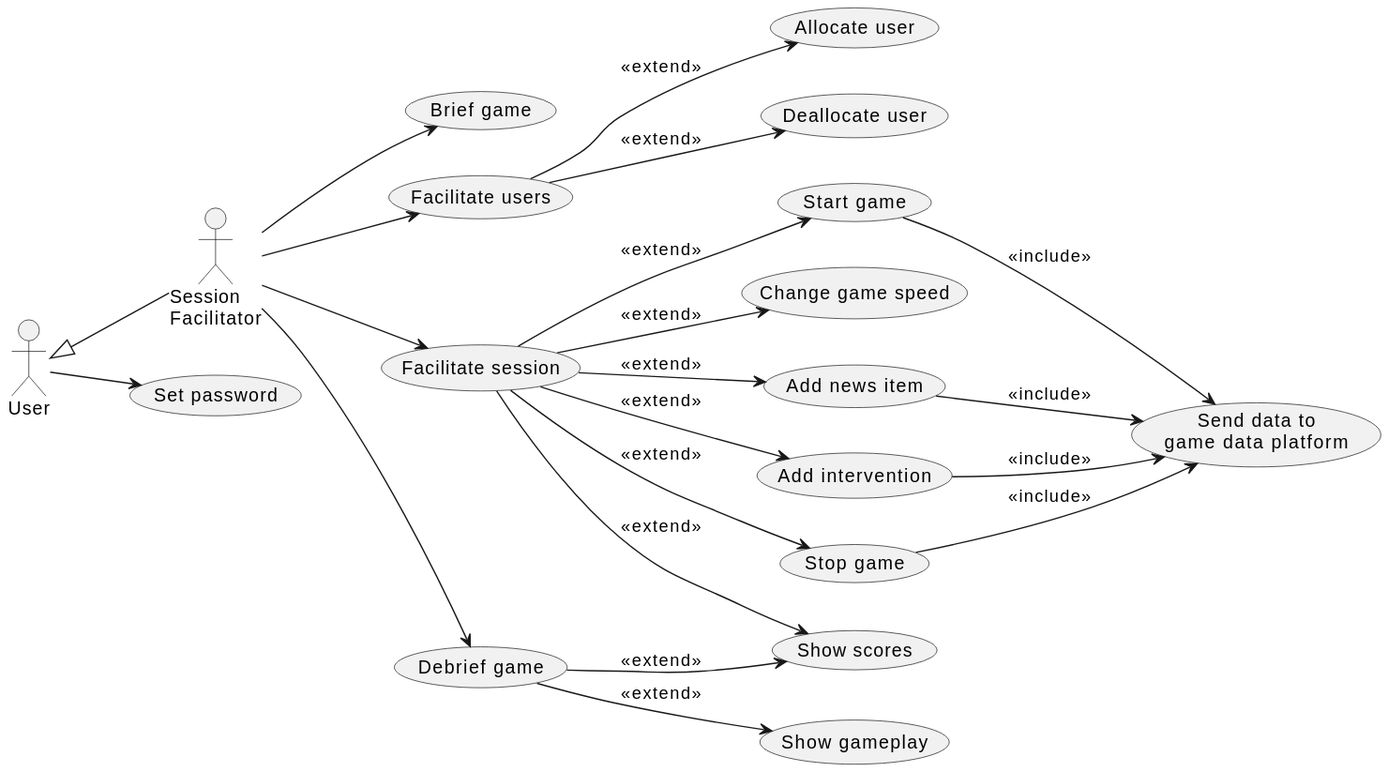
Earlier version of the PlantUML export doc/1-use-cases/diagrams/session-facilitation.svg (averbraeck/gscg-design).
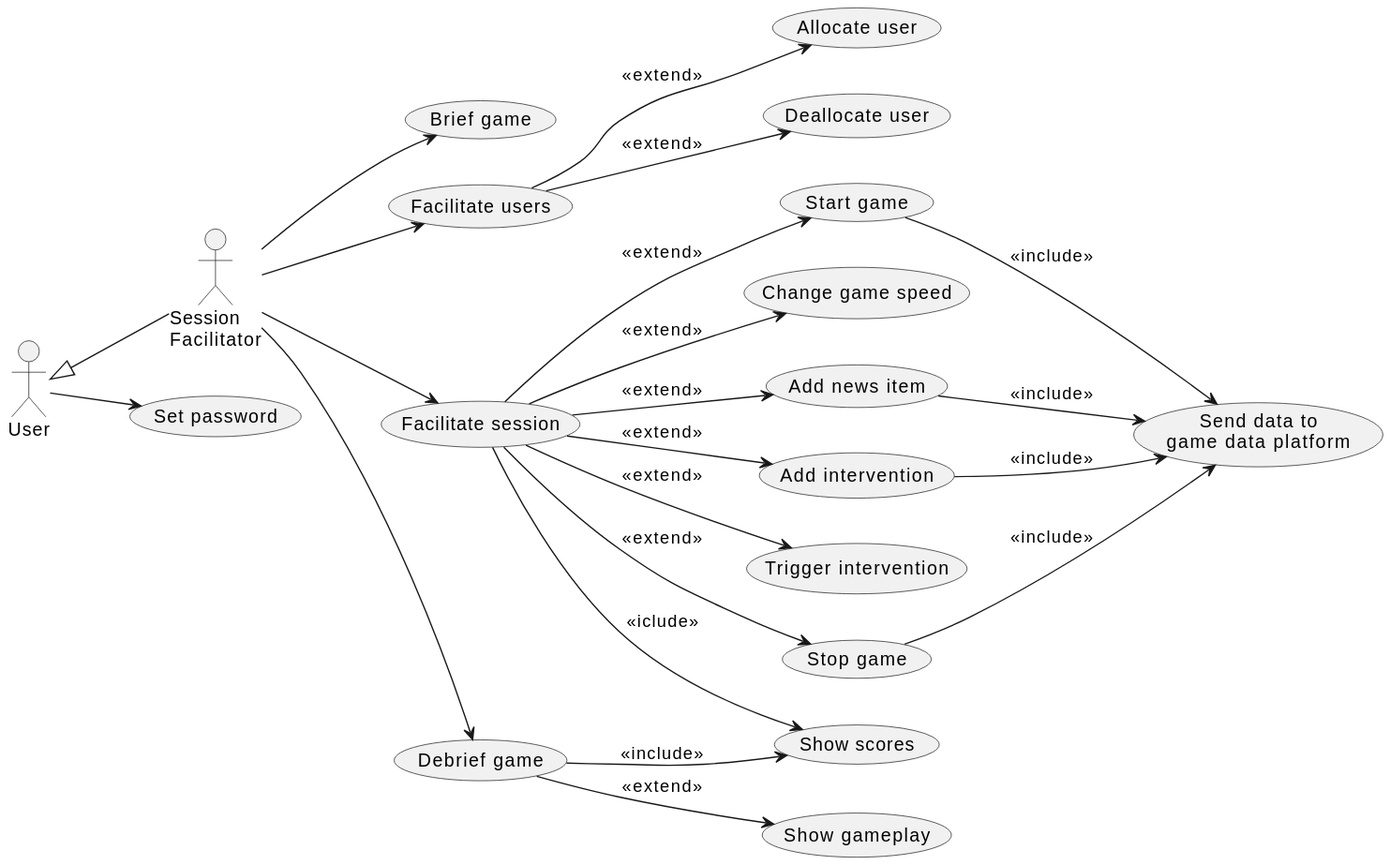
Above is the later version.

Change to the diagram source:
```diff
@@ -17,8 +17,9 @@
 (Facilitate session) --> (Change game speed) : << extend >>
 (Facilitate session) --> (Add news item) : << extend >>
 (Facilitate session) --> (Add intervention) : << extend >>
+(Facilitate session) --> (Trigger intervention) : << extend >>
 (Facilitate session) --> (Stop game) : << extend >>
-(Facilitate session) --> (Show scores) : << extend >>
+(Facilitate session) --> (Show scores) : << iclude >>
 
 (Start game) --> (Send data to\ngame data platform) : << include >>
 (Add news item) --> (Send data to\ngame data platform) : << include >>
@@ -26,6 +27,6 @@
 (Stop game) --> (Send data to\ngame data platform) : << include >>
 
 SF --> (Debrief game)
-(Debrief game) --> (Show scores) : << extend >>
+(Debrief game) --> (Show scores) : << include >>
 (Debrief game) --> (Show gameplay) : << extend >>
 @enduml
```
